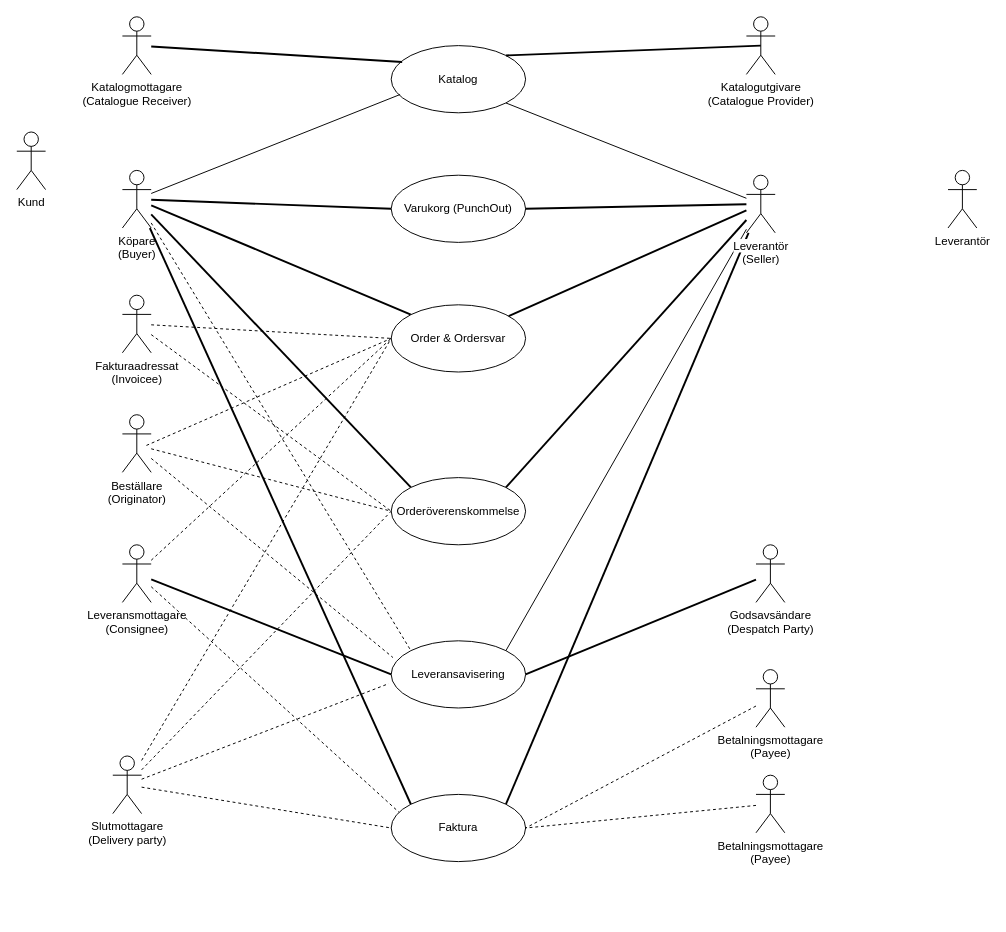
Above: teknisk-handledning/SFTI_tekn_handledning.drawio in SingleFaceToIndustry/sfti-diagrams (draw.io), before the change. Source tidied: cells renumbered, new cells numbered last; positions are measured from the earlier drawing's top-left corner, leaving out a move shared by most shapes. Both pictures are drawn from the tidied source at 96%, with x=0, y=0 at pixel (16, 16).
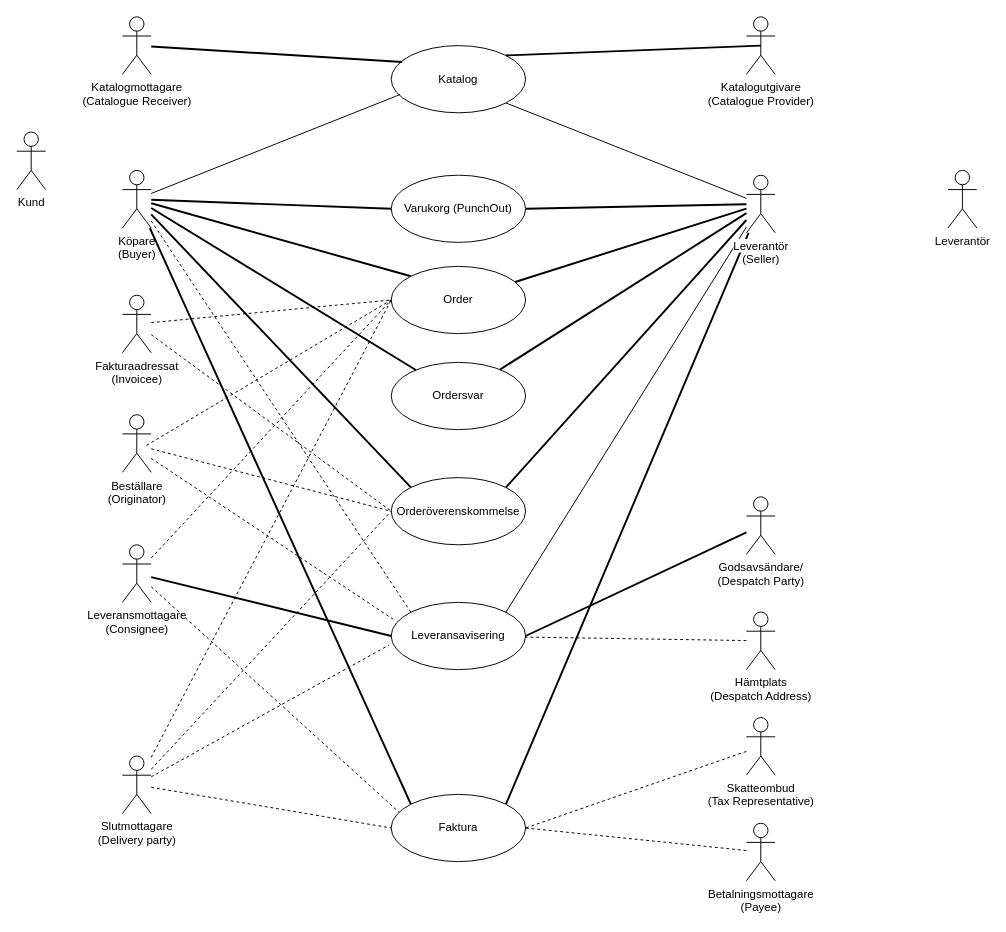
The same diagram, later.

Commit message:
despatch address

The change refers to these unchanged cells:
```xml
<mxCell id="7" value="Köpare&lt;br&gt;(Buyer)" style="shape=umlActor;verticalLabelPosition=bottom;verticalAlign=top;html=1;" parent="1" vertex="1">
  <mxGeometry x="110" y="160" width="30" height="60" as="geometry" />
</mxCell>
<mxCell id="20" value="&lt;span style=&quot;background-color: light-dark(#ffffff, var(--ge-dark-color, #121212));&quot;&gt;Leverantör&lt;br&gt;(Seller)&lt;/span&gt;" style="shape=umlActor;verticalLabelPosition=bottom;verticalAlign=top;html=1;" parent="1" vertex="1">
  <mxGeometry x="760" y="165" width="30" height="60" as="geometry" />
</mxCell>
```

Change to the diagram source:
```diff
@@
-    <mxCell id="10" value="Order &amp;amp; Ordersvar" style="ellipse;whiteSpace=wrap;html=1;" parent="1" vertex="1">
-      <mxGeometry x="390" y="300" width="140" height="70" as="geometry" />
+    <mxCell id="10" value="Order" style="ellipse;whiteSpace=wrap;html=1;" parent="1" vertex="1">
+      <mxGeometry x="390" y="260" width="140" height="70" as="geometry" />
     </mxCell>
@@
     <mxCell id="12" value="Leveransavisering" style="ellipse;whiteSpace=wrap;html=1;" parent="1" vertex="1">
-      <mxGeometry x="390" y="650" width="140" height="70" as="geometry" />
+      <mxGeometry x="390" y="610" width="140" height="70" as="geometry" />
     </mxCell>
@@
-    <mxCell id="30" value="Betalningsmottagare&lt;br&gt;(Payee)" style="shape=umlActor;verticalLabelPosition=bottom;verticalAlign=top;html=1;" parent="1" vertex="1">
-      <mxGeometry x="770" y="680" width="30" height="60" as="geometry" />
+    <mxCell id="30" value="Skatteombud&lt;br&gt;(Tax Representative)" style="shape=umlActor;verticalLabelPosition=bottom;verticalAlign=top;html=1;" parent="1" vertex="1">
+      <mxGeometry x="760" y="730" width="30" height="60" as="geometry" />
     </mxCell>
@@
-    <mxCell id="36" value="Godsavsändare&lt;br&gt;(Despatch Party)" style="shape=umlActor;verticalLabelPosition=bottom;verticalAlign=top;html=1;" parent="1" vertex="1">
-      <mxGeometry x="770" y="550" width="30" height="60" as="geometry" />
+    <mxCell id="36" value="Godsavsändare/&lt;br&gt;(Despatch Party)" style="shape=umlActor;verticalLabelPosition=bottom;verticalAlign=top;html=1;" parent="1" vertex="1">
+      <mxGeometry x="760" y="500" width="30" height="60" as="geometry" />
     </mxCell>
@@
     <mxCell id="39" value="Slutmottagare&lt;br&gt;(Delivery party)" style="shape=umlActor;verticalLabelPosition=bottom;verticalAlign=top;html=1;" parent="1" vertex="1">
-      <mxGeometry x="100" y="770" width="30" height="60" as="geometry" />
+      <mxGeometry x="110" y="770" width="30" height="60" as="geometry" />
     </mxCell>
@@
     <mxCell id="45" value="Betalningsmottagare&lt;br&gt;(Payee)" style="shape=umlActor;verticalLabelPosition=bottom;verticalAlign=top;html=1;" parent="1" vertex="1">
-      <mxGeometry x="770" y="790" width="30" height="60" as="geometry" />
+      <mxGeometry x="760" y="840" width="30" height="60" as="geometry" />
     </mxCell>
@@
+    <mxCell id="50" value="Ordersvar" style="ellipse;whiteSpace=wrap;html=1;" parent="1" vertex="1">
+      <mxGeometry x="390" y="360" width="140" height="70" as="geometry" />
+    </mxCell>
+    <mxCell id="51" style="edgeStyle=none;shape=connector;rounded=0;jettySize=auto;html=1;strokeColor=default;align=center;verticalAlign=middle;fontFamily=Helvetica;fontSize=11;fontColor=default;labelBackgroundColor=default;endArrow=none;endFill=0;strokeWidth=2;" parent="1" edge="1" source="7" target="50">
+      <mxGeometry relative="1" as="geometry" />
+    </mxCell>
+    <mxCell id="52" style="edgeStyle=none;shape=connector;rounded=0;jettySize=auto;html=1;strokeColor=default;align=center;verticalAlign=middle;fontFamily=Helvetica;fontSize=11;fontColor=default;labelBackgroundColor=default;endArrow=none;endFill=0;strokeWidth=2;" parent="1" edge="1" source="20" target="50">
+      <mxGeometry relative="1" as="geometry" />
+    </mxCell>
+    <mxCell id="53" value="Hämtplats&lt;br&gt;(Despatch Address)" style="shape=umlActor;verticalLabelPosition=bottom;verticalAlign=top;html=1;" parent="1" vertex="1">
+      <mxGeometry x="760" y="620" width="30" height="60" as="geometry" />
+    </mxCell>
+    <mxCell id="54" style="edgeStyle=none;shape=connector;rounded=0;jettySize=auto;html=1;strokeColor=default;align=center;verticalAlign=middle;fontFamily=Helvetica;fontSize=11;fontColor=default;labelBackgroundColor=default;endArrow=none;endFill=0;dashed=1;" parent="1" edge="1" source="53" target="12">
+      <mxGeometry relative="1" as="geometry" />
+    </mxCell>
```
